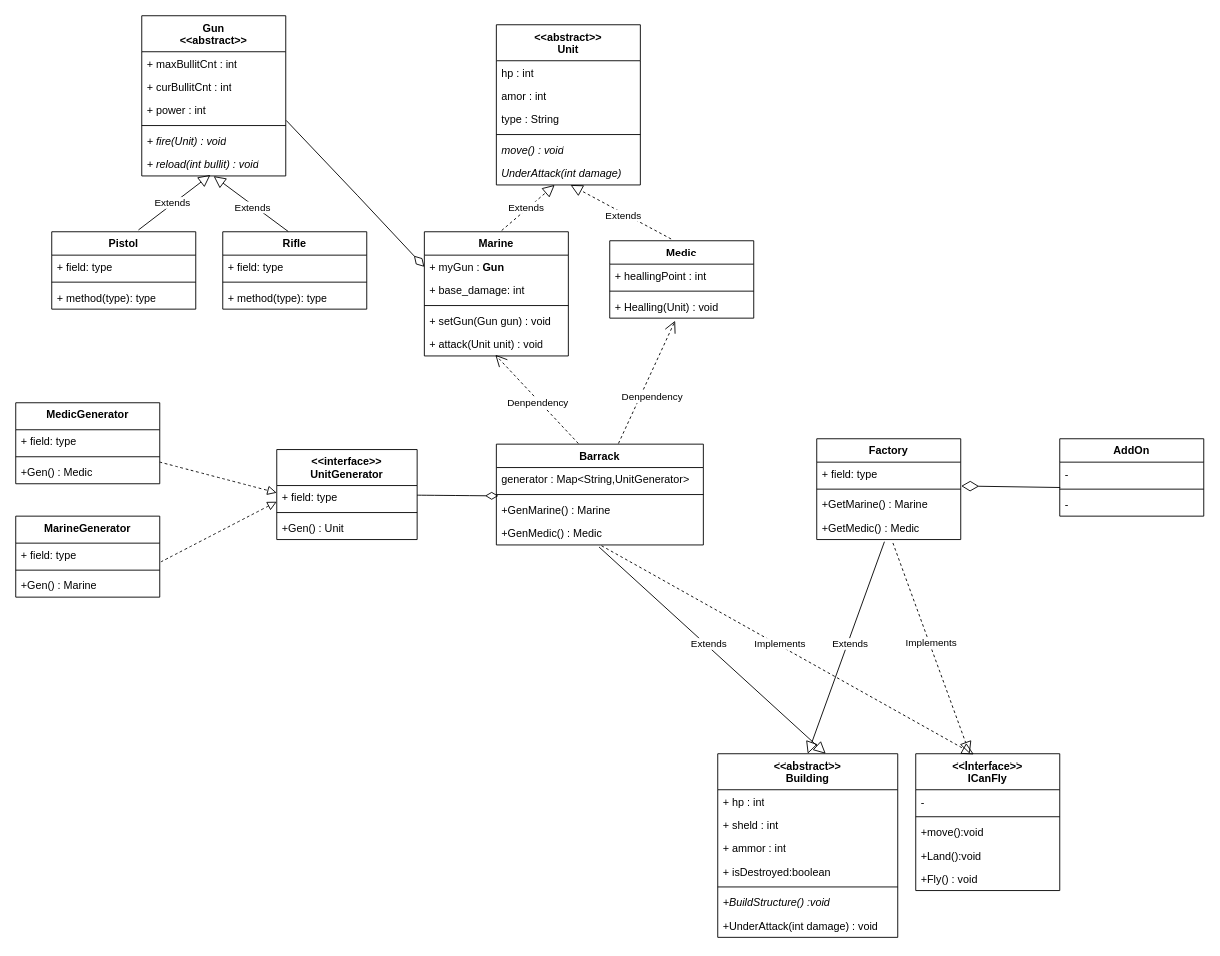
Before: JAVA03/src/Ch20/02 StarCraft_new.drawio in byeongseon8-arch/TESTREPO-2026-03, a draw.io diagram. Source tidied: cells renumbered, new cells numbered last; positions are measured from the earlier drawing's top-left corner, leaving out a move shared by most shapes. Both pictures are drawn from the tidied source at 90%, with x=0, y=0 at pixel (15, 15).
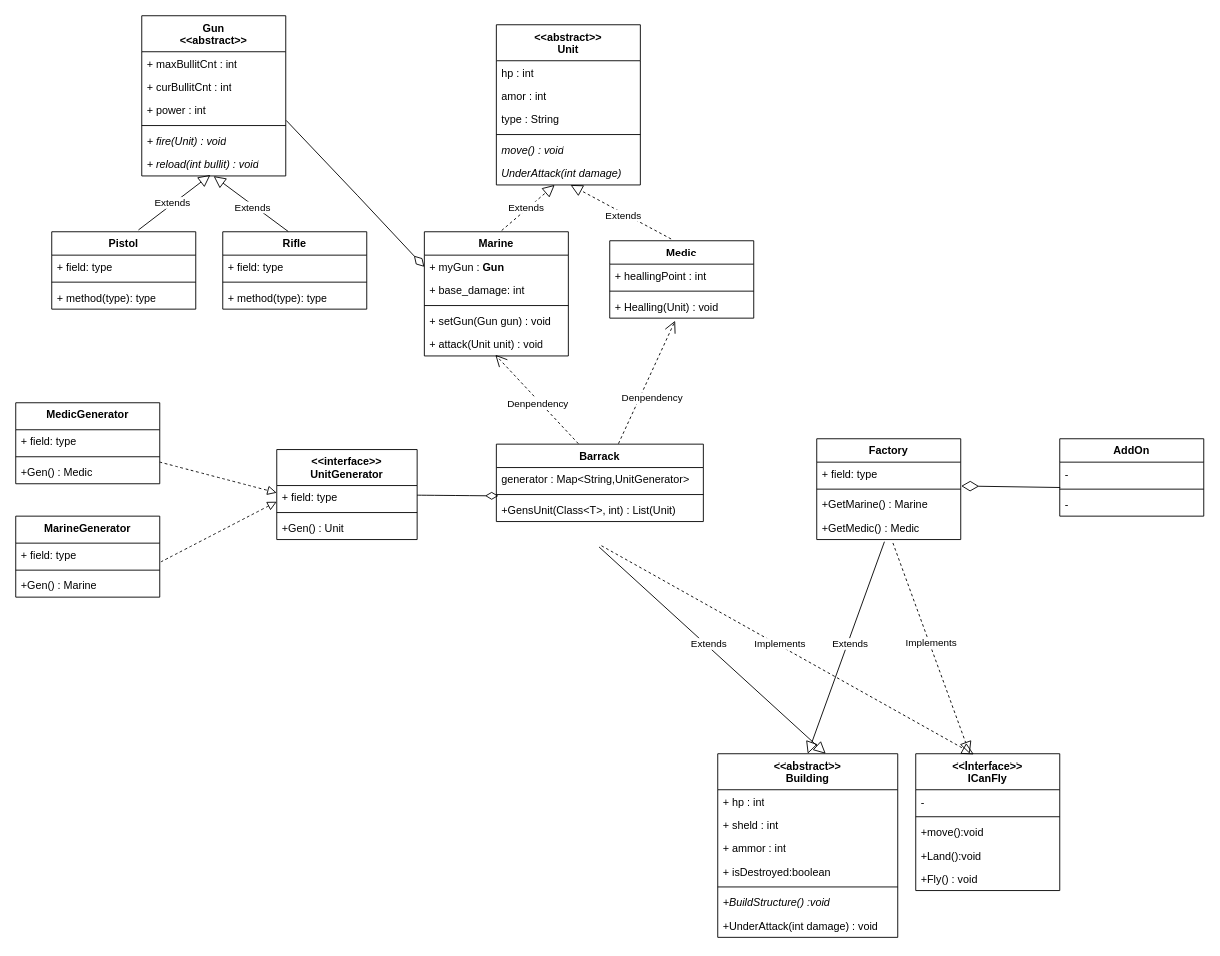
The same diagram, later.

The change refers to these unchanged cells:
```xml
<mxCell id="83" value="&amp;lt;&amp;lt;Interface&amp;gt;&amp;gt;&lt;div&gt;&lt;/div&gt;&lt;div&gt;ICanFly&lt;/div&gt;" style="swimlane;fontStyle=1;align=center;verticalAlign=top;horizontal=1;startSize=40;whiteSpace=wrap;html=1;" parent="1" vertex="1">
  <mxGeometry x="1000" y="820" width="160" height="152" as="geometry" />
</mxCell>
```

The edit, as a diff of the source:
```diff
@@
     <mxCell id="43" value="Barrack" style="swimlane;fontStyle=1;align=center;verticalAlign=top;horizontal=1;startSize=26;whiteSpace=wrap;html=1;" parent="1" vertex="1">
-      <mxGeometry x="534" y="476" width="230" height="112" as="geometry" />
+      <mxGeometry x="534" y="476" width="230" height="86" as="geometry" />
     </mxCell>
@@
-    <mxCell id="46" value="+GenMarine() : Marine" style="text;strokeColor=none;fillColor=none;align=left;verticalAlign=top;spacingLeft=4;spacingRight=4;overflow=hidden;whiteSpace=wrap;html=1;" parent="43" vertex="1">
+    <mxCell id="46" value="+GensUnit(Class&amp;lt;T&amp;gt;, int) : List(Unit)" style="text;strokeColor=none;fillColor=none;align=left;verticalAlign=top;spacingLeft=4;spacingRight=4;overflow=hidden;whiteSpace=wrap;html=1;" parent="43" vertex="1">
       <mxGeometry y="60" width="230" height="26" as="geometry" />
     </mxCell>
-    <mxCell id="47" value="+GenMedic() : Medic" style="text;strokeColor=none;fillColor=none;align=left;verticalAlign=top;spacingLeft=4;spacingRight=4;overflow=hidden;points=[[0,0.5],[1,0.5]];portConstraint=eastwest;whiteSpace=wrap;html=1;" parent="43" vertex="1">
-      <mxGeometry y="86" width="230" height="26" as="geometry" />
-    </mxCell>
@@
-    <mxCell id="66" style="endArrow=block;html=1;rounded=0;exitX=0.496;exitY=1.086;exitDx=0;exitDy=0;exitPerimeter=0;endFill=0;endSize=11;" parent="1" edge="1" source="47">
+    <mxCell id="66" style="endArrow=block;html=1;rounded=0;exitX=0.496;exitY=1.086;exitDx=0;exitDy=0;exitPerimeter=0;endFill=0;endSize=11;" parent="1" edge="1">
       <mxGeometry relative="1" as="geometry">
+        <mxPoint x="648.1" y="590.2" as="sourcePoint" />
         <mxPoint x="900" y="820" as="targetPoint" />
       </mxGeometry>
     </mxCell>
@@
-    <mxCell id="89" style="endArrow=block;html=1;rounded=0;exitX=0.508;exitY=1.033;exitDx=0;exitDy=0;exitPerimeter=0;endFill=0;endSize=11;entryX=0.404;entryY=0.005;entryDx=0;entryDy=0;entryPerimeter=0;dashed=1;" parent="1" edge="1" source="47" target="83">
-      <mxGeometry relative="1" as="geometry" />
+    <mxCell id="89" style="endArrow=block;html=1;rounded=0;exitX=0.508;exitY=1.033;exitDx=0;exitDy=0;exitPerimeter=0;endFill=0;endSize=11;entryX=0.404;entryY=0.005;entryDx=0;entryDy=0;entryPerimeter=0;dashed=1;" parent="1" edge="1" target="83">
+      <mxGeometry relative="1" as="geometry">
+        <mxPoint x="650.8" y="588.9" as="sourcePoint" />
+      </mxGeometry>
     </mxCell>
```
